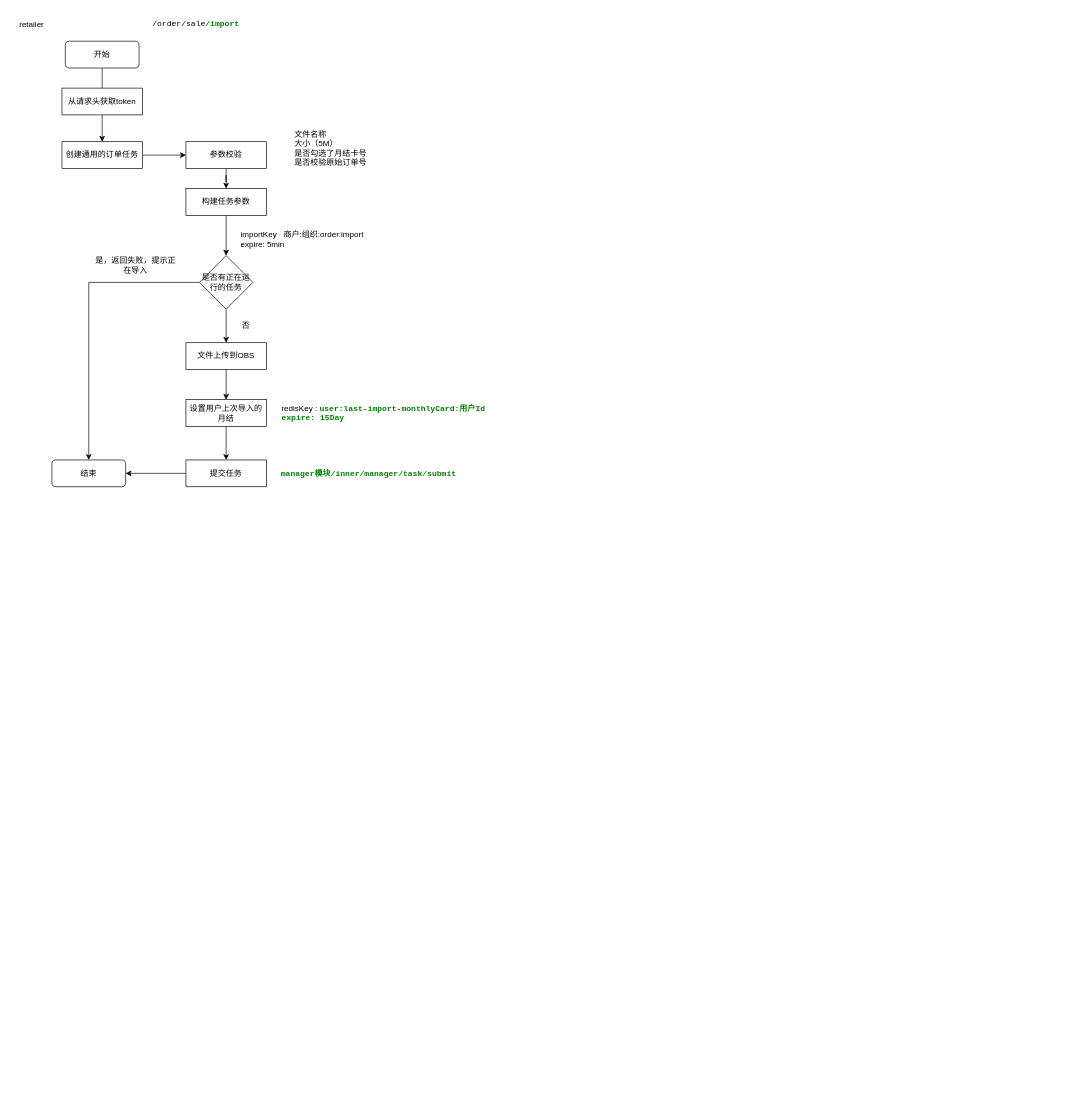
vvhard/draw_io keeps this draw.io diagram as page "订单导入" (1 of 2) of 导入.drawio. Above is the earlier version. Source tidied: cells renumbered, new cells numbered last; positions are measured from the earlier drawing's top-left corner, leaving out a move shared by most shapes. Both pictures are drawn from the tidied source at 67%, with x=0, y=0 at pixel (11, 14).
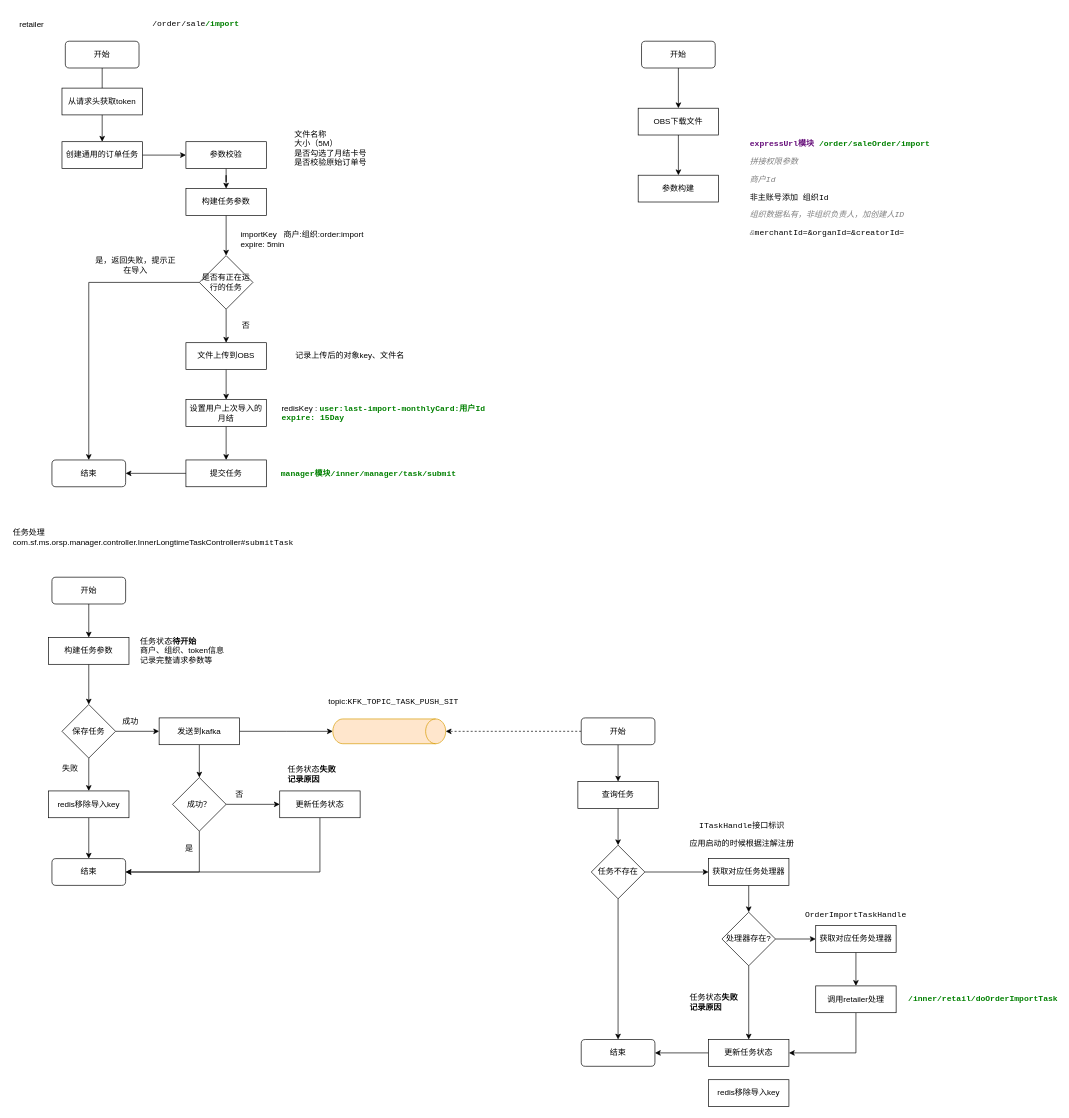
Above is the later version.

Diff of the diagram source:
```diff
@@
+    <mxCell id="30" value="任务处理com.sf.ms.orsp.manager.controller.InnerLongtimeTaskController#&lt;span style=&quot;background-color: rgb(255, 255, 255); font-family: &amp;quot;Courier New&amp;quot;; font-size: 9pt;&quot;&gt;submitTask&lt;/span&gt;" style="text;whiteSpace=wrap;html=1;" parent="1" vertex="1">
+      <mxGeometry y="760" width="430" height="50" as="geometry" />
+    </mxCell>
+    <mxCell id="31" style="edgeStyle=orthogonalEdgeStyle;rounded=0;jettySize=auto;html=1;" parent="1" edge="1" source="32" target="34">
+      <mxGeometry relative="1" as="geometry" />
+    </mxCell>
+    <mxCell id="32" value="开始" style="rounded=1;whiteSpace=wrap;html=1;" parent="1" vertex="1">
+      <mxGeometry x="60" y="840" width="110" height="40" as="geometry" />
+    </mxCell>
+    <mxCell id="33" style="edgeStyle=orthogonalEdgeStyle;rounded=0;jettySize=auto;html=1;" parent="1" edge="1" source="34" target="38">
+      <mxGeometry relative="1" as="geometry" />
+    </mxCell>
+    <mxCell id="34" value="构建任务参数" style="rounded=0;whiteSpace=wrap;html=1;" parent="1" vertex="1">
+      <mxGeometry x="55" y="930" width="120" height="40" as="geometry" />
+    </mxCell>
+    <mxCell id="35" value="记录上传后的对象key、文件名" style="text;html=1;strokeColor=none;fillColor=none;align=center;verticalAlign=middle;whiteSpace=wrap;rounded=0;" parent="1" vertex="1">
+      <mxGeometry x="400" y="495" width="210" height="30" as="geometry" />
+    </mxCell>
+    <mxCell id="36" style="edgeStyle=orthogonalEdgeStyle;rounded=0;jettySize=auto;html=1;" parent="1" edge="1" source="38" target="43">
+      <mxGeometry relative="1" as="geometry" />
+    </mxCell>
+    <mxCell id="37" style="edgeStyle=orthogonalEdgeStyle;rounded=0;jettySize=auto;html=1;" parent="1" edge="1" source="38" target="41">
+      <mxGeometry relative="1" as="geometry" />
+    </mxCell>
+    <mxCell id="38" value="保存任务" style="rhombus;whiteSpace=wrap;html=1;" parent="1" vertex="1">
+      <mxGeometry x="75" y="1030" width="80" height="80" as="geometry" />
+    </mxCell>
+    <mxCell id="39" style="edgeStyle=orthogonalEdgeStyle;rounded=0;jettySize=auto;html=1;" parent="1" edge="1" source="41" target="50">
+      <mxGeometry relative="1" as="geometry" />
+    </mxCell>
+    <mxCell id="40" style="edgeStyle=orthogonalEdgeStyle;rounded=0;jettySize=auto;html=1;entryX=0.5;entryY=1;entryDx=0;entryDy=0;entryPerimeter=0;" parent="1" edge="1" source="41" target="60">
+      <mxGeometry relative="1" as="geometry" />
+    </mxCell>
+    <mxCell id="41" value="发送到kafka" style="rounded=0;whiteSpace=wrap;html=1;" parent="1" vertex="1">
+      <mxGeometry x="220" y="1050" width="120" height="40" as="geometry" />
+    </mxCell>
+    <mxCell id="42" style="edgeStyle=orthogonalEdgeStyle;rounded=0;jettySize=auto;html=1;" parent="1" edge="1" source="43" target="44">
+      <mxGeometry relative="1" as="geometry" />
+    </mxCell>
+    <mxCell id="43" value="redis移除导入key" style="rounded=0;whiteSpace=wrap;html=1;" parent="1" vertex="1">
+      <mxGeometry x="55" y="1159" width="120" height="40" as="geometry" />
+    </mxCell>
+    <mxCell id="44" value="结束" style="rounded=1;whiteSpace=wrap;html=1;" parent="1" vertex="1">
+      <mxGeometry x="60" y="1260" width="110" height="40" as="geometry" />
+    </mxCell>
+    <mxCell id="45" value="任务状态&lt;b&gt;待开始&lt;/b&gt;&lt;br&gt;商户、组织、token信息&lt;br&gt;记录完整请求参数等" style="text;html=1;strokeColor=none;fillColor=none;align=left;verticalAlign=middle;whiteSpace=wrap;rounded=0;" parent="1" vertex="1">
+      <mxGeometry x="190" y="925" width="165" height="50" as="geometry" />
+    </mxCell>
+    <mxCell id="46" value="成功" style="text;html=1;strokeColor=none;fillColor=none;align=center;verticalAlign=middle;whiteSpace=wrap;rounded=0;" parent="1" vertex="1">
+      <mxGeometry x="160" y="1040" width="35" height="30" as="geometry" />
+    </mxCell>
+    <mxCell id="47" value="失败" style="text;html=1;strokeColor=none;fillColor=none;align=center;verticalAlign=middle;whiteSpace=wrap;rounded=0;" parent="1" vertex="1">
+      <mxGeometry x="70" y="1110" width="35" height="30" as="geometry" />
+    </mxCell>
+    <mxCell id="48" style="edgeStyle=orthogonalEdgeStyle;rounded=0;jettySize=auto;html=1;entryX=1;entryY=0.5;entryDx=0;entryDy=0;exitX=0.5;exitY=1;exitDx=0;exitDy=0;" parent="1" edge="1" source="50" target="44">
+      <mxGeometry relative="1" as="geometry" />
+    </mxCell>
+    <mxCell id="49" style="edgeStyle=orthogonalEdgeStyle;rounded=0;jettySize=auto;html=1;" parent="1" edge="1" source="50" target="52">
+      <mxGeometry relative="1" as="geometry" />
+    </mxCell>
+    <mxCell id="50" value="成功？" style="rhombus;whiteSpace=wrap;html=1;" parent="1" vertex="1">
+      <mxGeometry x="240" y="1139" width="80" height="80" as="geometry" />
+    </mxCell>
+    <mxCell id="51" style="edgeStyle=orthogonalEdgeStyle;rounded=0;jettySize=auto;html=1;entryX=1;entryY=0.5;entryDx=0;entryDy=0;exitX=0.5;exitY=1;exitDx=0;exitDy=0;" parent="1" edge="1" source="52" target="44">
+      <mxGeometry relative="1" as="geometry" />
+    </mxCell>
+    <mxCell id="52" value="更新任务状态" style="rounded=0;whiteSpace=wrap;html=1;" parent="1" vertex="1">
+      <mxGeometry x="400" y="1159" width="120" height="40" as="geometry" />
+    </mxCell>
+    <mxCell id="53" value="是" style="text;html=1;strokeColor=none;fillColor=none;align=center;verticalAlign=middle;whiteSpace=wrap;rounded=0;" parent="1" vertex="1">
+      <mxGeometry x="250" y="1230" width="30" height="30" as="geometry" />
+    </mxCell>
+    <mxCell id="54" value="否" style="text;html=1;strokeColor=none;fillColor=none;align=center;verticalAlign=middle;whiteSpace=wrap;rounded=0;" parent="1" vertex="1">
+      <mxGeometry x="325" y="1150" width="30" height="30" as="geometry" />
+    </mxCell>
+    <mxCell id="55" value="任务状态&lt;b&gt;失败&lt;br&gt;记录原因&lt;br&gt;&lt;/b&gt;" style="text;html=1;strokeColor=none;fillColor=none;align=left;verticalAlign=middle;whiteSpace=wrap;rounded=0;" parent="1" vertex="1">
+      <mxGeometry x="410" y="1109" width="95" height="50" as="geometry" />
+    </mxCell>
+    <mxCell id="56" value="topic:&lt;span style=&quot;background-color: rgb(255, 255, 255); font-family: &amp;quot;Courier New&amp;quot;; font-size: 9pt;&quot;&gt;KFK_TOPIC_TASK_PUSH_SIT&lt;/span&gt;" style="text;html=1;strokeColor=none;fillColor=none;align=center;verticalAlign=middle;whiteSpace=wrap;rounded=0;" parent="1" vertex="1">
+      <mxGeometry x="460" y="1010" width="220" height="30" as="geometry" />
+    </mxCell>
+    <mxCell id="57" style="edgeStyle=orthogonalEdgeStyle;rounded=0;jettySize=auto;html=1;entryX=0.5;entryY=0;entryDx=0;entryDy=0;entryPerimeter=0;dashed=1;" parent="1" edge="1" source="59" target="60">
+      <mxGeometry relative="1" as="geometry" />
+    </mxCell>
+    <mxCell id="58" style="edgeStyle=orthogonalEdgeStyle;rounded=0;jettySize=auto;html=1;" parent="1" edge="1" source="59" target="62">
+      <mxGeometry relative="1" as="geometry" />
+    </mxCell>
+    <mxCell id="59" value="开始" style="rounded=1;whiteSpace=wrap;html=1;" parent="1" vertex="1">
+      <mxGeometry x="850" y="1050" width="110" height="40" as="geometry" />
+    </mxCell>
+    <mxCell id="60" style="shape=cylinder3;whiteSpace=wrap;html=1;boundedLbl=1;backgroundOutline=1;size=15;rotation=90;fillColor=#ffe6cc;strokeColor=#d79b00;" parent="1" vertex="1">
+      <mxGeometry x="545" y="985.8" width="37" height="168.5" as="geometry" />
+    </mxCell>
+    <mxCell id="61" style="edgeStyle=orthogonalEdgeStyle;rounded=0;jettySize=auto;html=1;" parent="1" edge="1" source="62" target="65">
+      <mxGeometry relative="1" as="geometry" />
+    </mxCell>
+    <mxCell id="62" value="查询任务" style="rounded=0;whiteSpace=wrap;html=1;" parent="1" vertex="1">
+      <mxGeometry x="845" y="1145" width="120" height="40" as="geometry" />
+    </mxCell>
+    <mxCell id="63" style="edgeStyle=orthogonalEdgeStyle;rounded=0;jettySize=auto;html=1;" parent="1" edge="1" source="65" target="66">
+      <mxGeometry relative="1" as="geometry" />
+    </mxCell>
+    <mxCell id="64" style="edgeStyle=orthogonalEdgeStyle;rounded=0;jettySize=auto;html=1;" parent="1" edge="1" source="65" target="68">
+      <mxGeometry relative="1" as="geometry" />
+    </mxCell>
+    <mxCell id="65" value="任务不存在" style="rhombus;whiteSpace=wrap;html=1;" parent="1" vertex="1">
+      <mxGeometry x="865" y="1240" width="80" height="80" as="geometry" />
+    </mxCell>
+    <mxCell id="66" value="结束" style="rounded=1;whiteSpace=wrap;html=1;" parent="1" vertex="1">
+      <mxGeometry x="850" y="1530" width="110" height="40" as="geometry" />
+    </mxCell>
+    <mxCell id="67" style="edgeStyle=orthogonalEdgeStyle;rounded=0;jettySize=auto;html=1;" parent="1" edge="1" source="68" target="72">
+      <mxGeometry relative="1" as="geometry" />
+    </mxCell>
+    <mxCell id="68" value="获取对应任务处理器" style="rounded=0;whiteSpace=wrap;html=1;" parent="1" vertex="1">
+      <mxGeometry x="1040" y="1260" width="120" height="40" as="geometry" />
+    </mxCell>
+    <mxCell id="69" value="&lt;pre style=&quot;background-color: rgb(255, 255, 255); font-family: &amp;quot;Courier New&amp;quot;; font-size: 9pt;&quot;&gt;ITaskHandle接口标识&lt;/pre&gt;&lt;pre style=&quot;background-color: rgb(255, 255, 255); font-family: &amp;quot;Courier New&amp;quot;; font-size: 9pt;&quot;&gt;应用启动的时候根据注解注册&lt;/pre&gt;" style="text;html=1;strokeColor=none;fillColor=none;align=center;verticalAlign=middle;whiteSpace=wrap;rounded=0;" parent="1" vertex="1">
+      <mxGeometry x="1030" y="1210" width="120" height="30" as="geometry" />
+    </mxCell>
+    <mxCell id="70" style="edgeStyle=orthogonalEdgeStyle;rounded=0;jettySize=auto;html=1;" parent="1" edge="1" source="72" target="74">
+      <mxGeometry relative="1" as="geometry" />
+    </mxCell>
+    <mxCell id="71" style="edgeStyle=orthogonalEdgeStyle;rounded=0;jettySize=auto;html=1;" parent="1" edge="1" source="72" target="77">
+      <mxGeometry relative="1" as="geometry" />
+    </mxCell>
+    <mxCell id="72" value="处理器存在?" style="rhombus;whiteSpace=wrap;html=1;" parent="1" vertex="1">
+      <mxGeometry x="1060" y="1340" width="80" height="80" as="geometry" />
+    </mxCell>
+    <mxCell id="73" style="edgeStyle=orthogonalEdgeStyle;rounded=0;jettySize=auto;html=1;" parent="1" edge="1" source="74" target="66">
+      <mxGeometry relative="1" as="geometry" />
+    </mxCell>
+    <mxCell id="74" value="更新任务状态" style="rounded=0;whiteSpace=wrap;html=1;" parent="1" vertex="1">
+      <mxGeometry x="1040" y="1530" width="120" height="40" as="geometry" />
+    </mxCell>
+    <mxCell id="75" value="任务状态&lt;b&gt;失败&lt;br&gt;记录原因&lt;br&gt;&lt;/b&gt;" style="text;html=1;strokeColor=none;fillColor=none;align=left;verticalAlign=middle;whiteSpace=wrap;rounded=0;" parent="1" vertex="1">
+      <mxGeometry x="1010" y="1450" width="95" height="50" as="geometry" />
+    </mxCell>
+    <mxCell id="76" style="edgeStyle=orthogonalEdgeStyle;rounded=0;jettySize=auto;html=1;" parent="1" edge="1" source="77" target="80">
+      <mxGeometry relative="1" as="geometry" />
+    </mxCell>
+    <mxCell id="77" value="获取对应任务处理器" style="rounded=0;whiteSpace=wrap;html=1;" parent="1" vertex="1">
+      <mxGeometry x="1200" y="1360" width="120" height="40" as="geometry" />
+    </mxCell>
+    <mxCell id="78" value="&lt;pre style=&quot;background-color: rgb(255, 255, 255); font-family: &amp;quot;Courier New&amp;quot;; font-size: 9pt;&quot;&gt;OrderImportTaskHandle&lt;/pre&gt;" style="text;html=1;strokeColor=none;fillColor=none;align=center;verticalAlign=middle;whiteSpace=wrap;rounded=0;" parent="1" vertex="1">
+      <mxGeometry x="1165" y="1330" width="190" height="30" as="geometry" />
+    </mxCell>
+    <mxCell id="79" style="edgeStyle=orthogonalEdgeStyle;rounded=0;jettySize=auto;html=1;entryX=1;entryY=0.5;entryDx=0;entryDy=0;exitX=0.5;exitY=1;exitDx=0;exitDy=0;" parent="1" edge="1" source="80" target="74">
+      <mxGeometry relative="1" as="geometry" />
+    </mxCell>
+    <mxCell id="80" value="调用retailer处理" style="rounded=0;whiteSpace=wrap;html=1;" parent="1" vertex="1">
+      <mxGeometry x="1200" y="1450" width="120" height="40" as="geometry" />
+    </mxCell>
+    <mxCell id="81" value="redis移除导入key" style="rounded=0;whiteSpace=wrap;html=1;" parent="1" vertex="1">
+      <mxGeometry x="1040" y="1590" width="120" height="40" as="geometry" />
+    </mxCell>
+    <mxCell id="82" value="&lt;pre style=&quot;background-color: rgb(255, 255, 255); font-family: &amp;quot;Courier New&amp;quot;; font-size: 9pt;&quot;&gt;&lt;span style=&quot;color:#008000;font-weight:bold;&quot;&gt;/inner/retail/doOrderImportTask&lt;/span&gt;&lt;/pre&gt;" style="text;html=1;strokeColor=none;fillColor=none;align=center;verticalAlign=middle;whiteSpace=wrap;rounded=0;" parent="1" vertex="1">
+      <mxGeometry x="1340" y="1455" width="220" height="30" as="geometry" />
+    </mxCell>
+    <mxCell id="83" style="edgeStyle=orthogonalEdgeStyle;rounded=0;jettySize=auto;html=1;" parent="1" edge="1" source="84" target="87">
+      <mxGeometry relative="1" as="geometry" />
+    </mxCell>
+    <mxCell id="84" value="开始" style="rounded=1;whiteSpace=wrap;html=1;" parent="1" vertex="1">
+      <mxGeometry x="940" y="40" width="110" height="40" as="geometry" />
+    </mxCell>
+    <mxCell id="85" value="参数构建" style="rounded=0;whiteSpace=wrap;html=1;" parent="1" vertex="1">
+      <mxGeometry x="935" y="240" width="120" height="40" as="geometry" />
+    </mxCell>
+    <mxCell id="86" style="edgeStyle=orthogonalEdgeStyle;rounded=0;jettySize=auto;html=1;" parent="1" edge="1" source="87" target="85">
+      <mxGeometry relative="1" as="geometry" />
+    </mxCell>
+    <mxCell id="87" value="OBS下载文件" style="rounded=0;whiteSpace=wrap;html=1;" parent="1" vertex="1">
+      <mxGeometry x="935" y="140" width="120" height="40" as="geometry" />
+    </mxCell>
+    <mxCell id="88" value="&lt;pre style=&quot;background-color: rgb(255, 255, 255); font-family: &amp;quot;Courier New&amp;quot;; font-size: 9pt;&quot;&gt;&lt;span style=&quot;color:#660e7a;font-weight:bold;&quot;&gt;expressUrl模块 &lt;/span&gt;&lt;span style=&quot;color:#008000;font-weight:bold;&quot;&gt;/order/saleOrder/import&lt;/span&gt;&lt;/pre&gt;&lt;pre style=&quot;background-color: rgb(255, 255, 255); font-family: &amp;quot;Courier New&amp;quot;; font-size: 9pt;&quot;&gt;&lt;pre style=&quot;font-family: &amp;quot;Courier New&amp;quot;; font-size: 9pt;&quot;&gt;&lt;span style=&quot;color:#808080;font-style:italic;&quot;&gt;拼接权限参数&lt;/span&gt;&lt;/pre&gt;&lt;pre style=&quot;font-family: &amp;quot;Courier New&amp;quot;; font-size: 9pt;&quot;&gt;&lt;font color=&quot;#808080&quot;&gt;&lt;i&gt;商户Id&lt;/i&gt;&lt;/font&gt;&lt;/pre&gt;&lt;pre style=&quot;font-family: &amp;quot;Courier New&amp;quot;; font-size: 9pt;&quot;&gt;非主账号添加 组织Id&lt;/pre&gt;&lt;pre style=&quot;font-family: &amp;quot;Courier New&amp;quot;; font-size: 9pt;&quot;&gt;&lt;span style=&quot;color:#808080;font-style:italic;&quot;&gt;组织数据私有，非组织负责人，加创建人ID&lt;/span&gt;&lt;/pre&gt;&lt;pre style=&quot;font-family: &amp;quot;Courier New&amp;quot;; font-size: 9pt;&quot;&gt;&lt;font style=&quot;font-size: 9pt;&quot; color=&quot;#808080&quot;&gt;&lt;i&gt;&amp;amp;&lt;/i&gt;&lt;/font&gt;&lt;span style=&quot;font-size: 9pt;&quot;&gt;merchantId=&lt;/span&gt;&lt;span style=&quot;font-size: 9pt;&quot;&gt;&amp;amp;organId=&lt;/span&gt;&amp;amp;creatorId=&lt;/pre&gt;&lt;/pre&gt;" style="text;html=1;strokeColor=none;fillColor=none;align=left;verticalAlign=middle;whiteSpace=wrap;rounded=0;" parent="1" vertex="1">
+      <mxGeometry x="1100" y="175" width="270" height="170" as="geometry" />
+    </mxCell>
```
